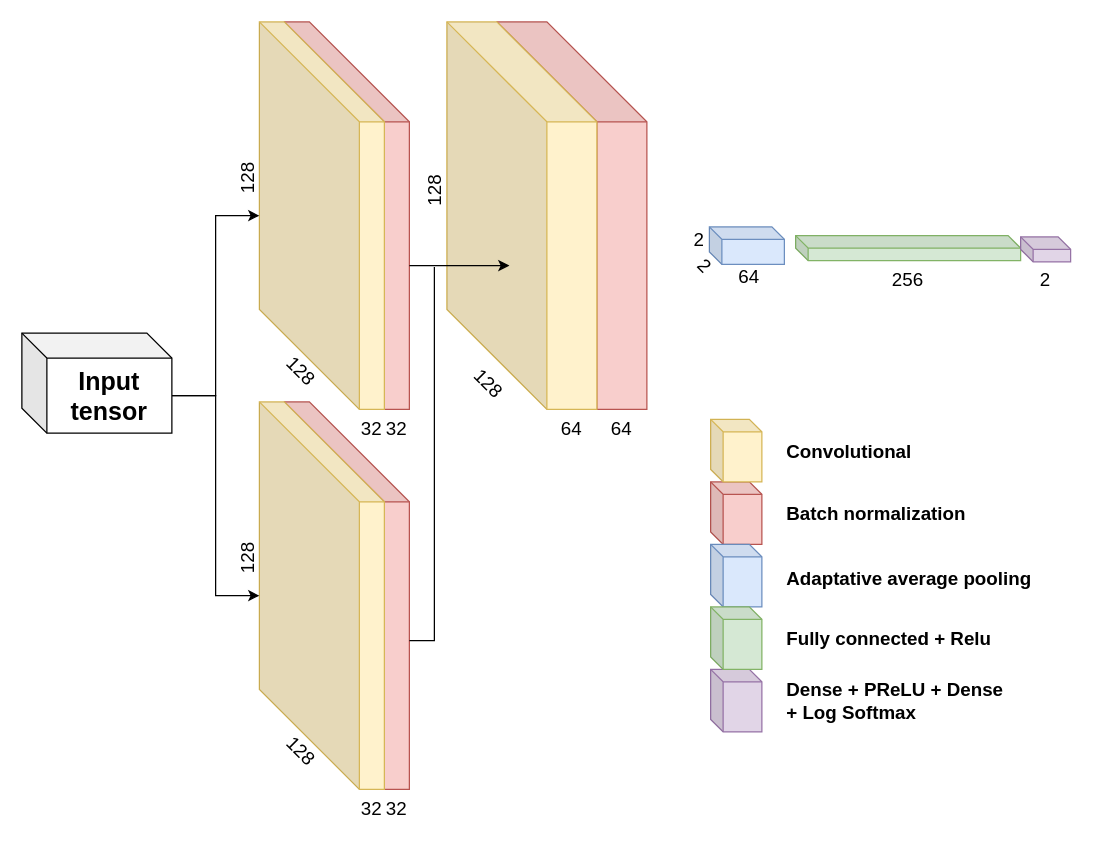
Earlier version of the draw.io diagram Untitled Diagram.drawio (ttaburet/DocumentsTampering). Source tidied: cells renumbered, new cells numbered last; positions are measured from the earlier drawing's top-left corner, leaving out a move shared by most shapes. Both pictures are drawn from the tidied source at 125%, with x=0, y=0 at pixel (21, 21).
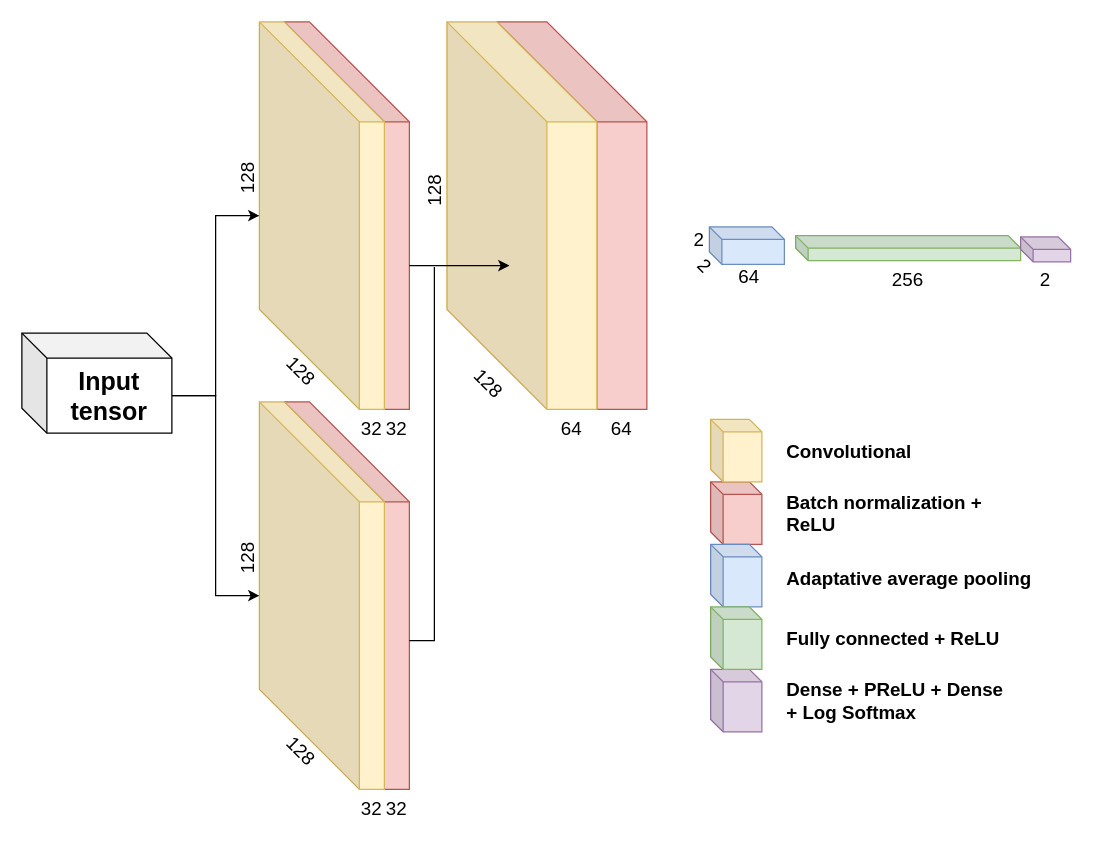
The same diagram, later.

What changed in the source:
```diff
@@
-    <mxCell id="35" value="Batch normalization" style="text;html=1;strokeColor=none;fillColor=none;align=left;verticalAlign=middle;whiteSpace=wrap;rounded=0;shadow=0;sketch=0;fontSize=15;fontStyle=1;" parent="1" vertex="1">
+    <mxCell id="35" value="Batch normalization + ReLU" style="text;html=1;strokeColor=none;fillColor=none;align=left;verticalAlign=middle;whiteSpace=wrap;rounded=0;shadow=0;sketch=0;fontSize=15;fontStyle=1;" parent="1" vertex="1">
       <mxGeometry x="610" y="378" width="161" height="30" as="geometry" />
     </mxCell>
@@
-    <mxCell id="37" value="Fully connected + Relu" style="text;html=1;strokeColor=none;fillColor=none;align=left;verticalAlign=middle;whiteSpace=wrap;rounded=0;shadow=0;sketch=0;fontSize=15;fontStyle=1;" parent="1" vertex="1">
+    <mxCell id="37" value="Fully connected + ReLU" style="text;html=1;strokeColor=none;fillColor=none;align=left;verticalAlign=middle;whiteSpace=wrap;rounded=0;shadow=0;sketch=0;fontSize=15;fontStyle=1;" parent="1" vertex="1">
       <mxGeometry x="610" y="478" width="181" height="30" as="geometry" />
     </mxCell>
```
